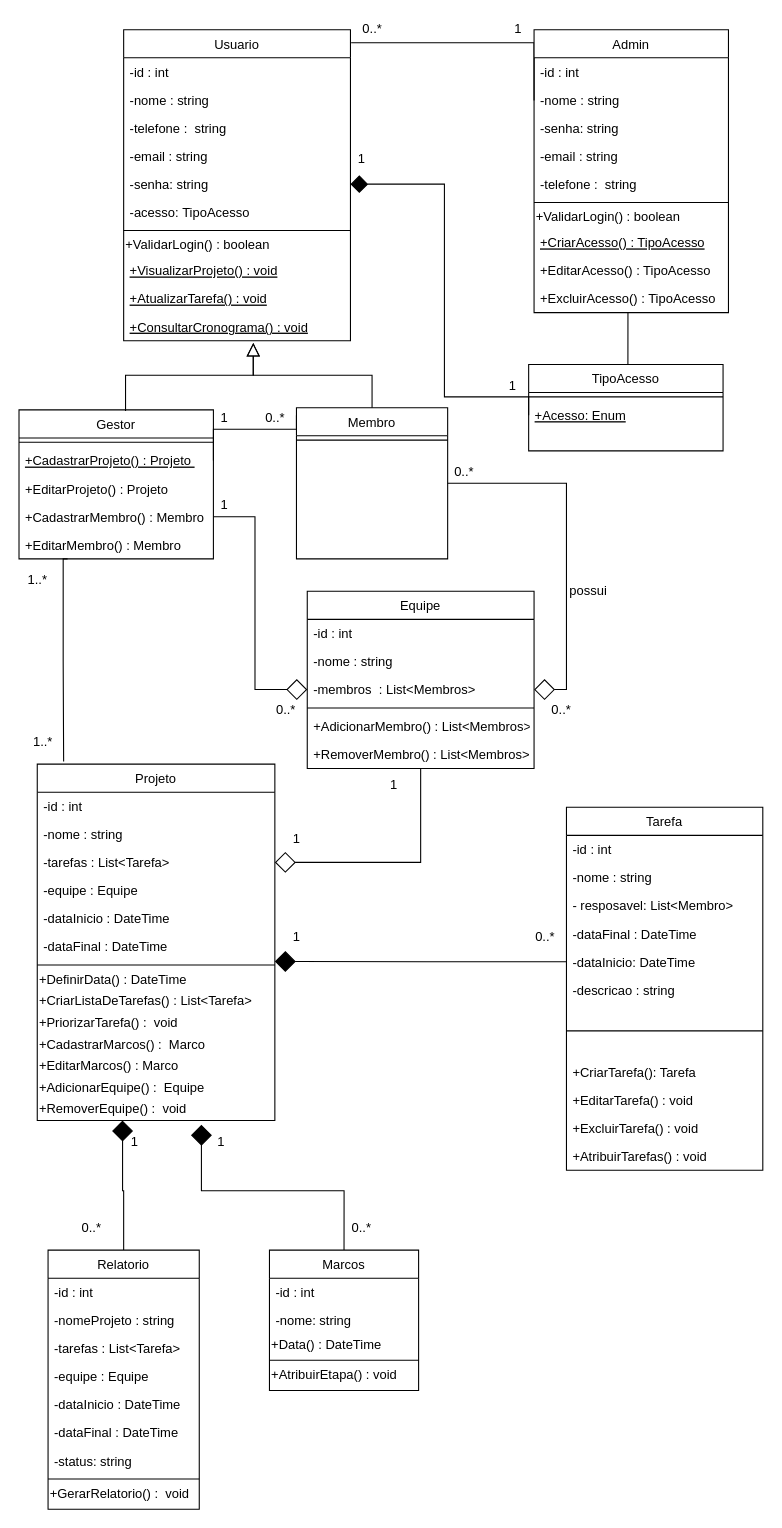
Earlier version of the draw.io diagram Diagrama de classes/Diagrama de classes Tcc.drawio (leoonn/Diagrama-de-classes). Source tidied: cells renumbered, new cells numbered last; positions are measured from the earlier drawing's top-left corner, leaving out a move shared by most shapes. Both pictures are drawn from the tidied source at 108%, with x=0, y=0 at pixel (18, 18).
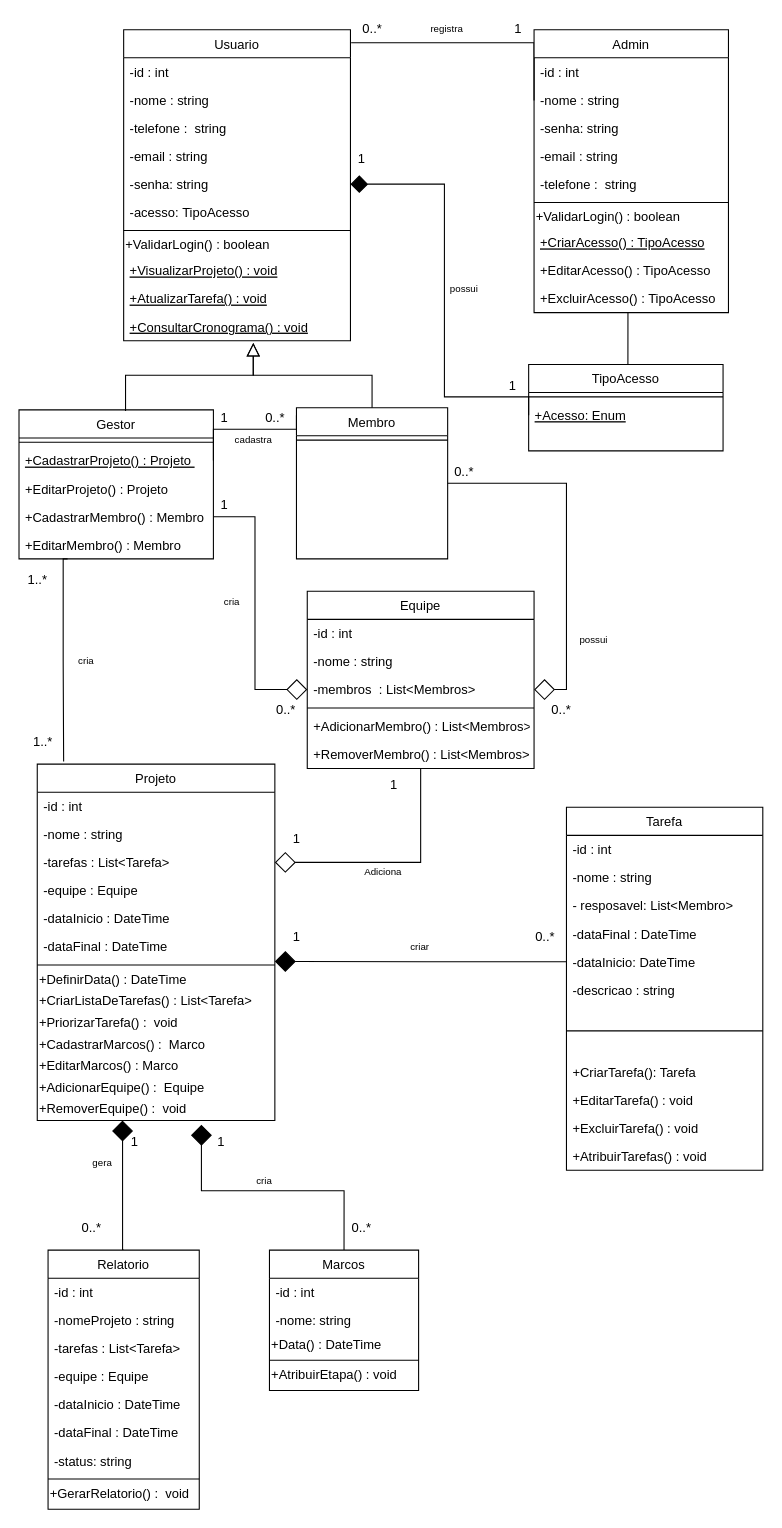
After the change.

Commit message:
modifica~ção diagrama de classe

Unchanged cells that the change refers to:
```xml
<mxCell id="41" value="+RemoverEquipe() :&amp;nbsp; void" style="text;html=1;align=left;verticalAlign=middle;points=[];strokeColor=none;fillColor=none;" parent="26" vertex="1">
  <mxGeometry y="310" width="220" height="20" as="geometry" />
</mxCell>
<mxCell id="63" value="Relatorio" style="swimlane;fontStyle=0;align=center;verticalAlign=top;horizontal=1;startSize=26;rounded=0;shadow=0;strokeWidth=1;" parent="1" vertex="1">
  <mxGeometry x="27" y="1140" width="140" height="240" as="geometry" />
</mxCell>
```

What changed in the source:
```diff
@@
     <mxCell id="62" style="edgeStyle=orthogonalEdgeStyle;rounded=0;jettySize=auto;html=1;exitX=0.5;exitY=0;exitDx=0;exitDy=0;entryX=0.359;entryY=1;entryDx=0;entryDy=0;entryPerimeter=0;endArrow=diamond;endFill=1;endSize=17;" parent="1" edge="1" source="63" target="41">
-      <mxGeometry relative="1" as="geometry" />
+      <mxGeometry relative="1" as="geometry">
+        <Array as="points">
+          <mxPoint x="96" y="1140" />
+        </Array>
+      </mxGeometry>
     </mxCell>
@@
-    <mxCell id="86" value="possui" style="text;html=1;align=center;verticalAlign=middle;strokeColor=none;fillColor=none;" parent="1" vertex="1">
-      <mxGeometry x="502" y="520" width="50" height="20" as="geometry" />
-    </mxCell>
@@
+    <mxCell id="123" value="possui" style="text;html=1;align=center;verticalAlign=middle;strokeColor=none;fillColor=none;fontSize=9;" parent="1" vertex="1">
+      <mxGeometry x="392" y="240" width="40" height="20" as="geometry" />
+    </mxCell>
+    <mxCell id="124" value="possui" style="text;html=1;align=center;verticalAlign=middle;strokeColor=none;fillColor=none;fontSize=9;" parent="1" vertex="1">
+      <mxGeometry x="512" y="564.5" width="40" height="20" as="geometry" />
+    </mxCell>
+    <mxCell id="125" value="cria" style="text;html=1;align=center;verticalAlign=middle;strokeColor=none;fillColor=none;fontSize=9;" parent="1" vertex="1">
+      <mxGeometry x="47" y="584.5" width="30" height="20" as="geometry" />
+    </mxCell>
+    <mxCell id="126" value="Adiciona" style="text;html=1;align=center;verticalAlign=middle;strokeColor=none;fillColor=none;fontSize=9;" parent="1" vertex="1">
+      <mxGeometry x="312" y="780" width="50" height="20" as="geometry" />
+    </mxCell>
+    <mxCell id="127" value="criar" style="text;html=1;align=center;verticalAlign=middle;strokeColor=none;fillColor=none;fontSize=9;" parent="1" vertex="1">
+      <mxGeometry x="355.5" y="850" width="30" height="20" as="geometry" />
+    </mxCell>
+    <mxCell id="128" value="gera&lt;br&gt;" style="text;html=1;align=center;verticalAlign=middle;strokeColor=none;fillColor=none;fontSize=9;" parent="1" vertex="1">
+      <mxGeometry x="62" y="1050" width="30" height="20" as="geometry" />
+    </mxCell>
+    <mxCell id="129" value="cria" style="text;html=1;align=center;verticalAlign=middle;strokeColor=none;fillColor=none;fontSize=9;" parent="1" vertex="1">
+      <mxGeometry x="212" y="1066" width="30" height="20" as="geometry" />
+    </mxCell>
+    <mxCell id="130" value="cadastra" style="text;html=1;align=center;verticalAlign=middle;strokeColor=none;fillColor=none;fontSize=9;" parent="1" vertex="1">
+      <mxGeometry x="192" y="380" width="50" height="20" as="geometry" />
+    </mxCell>
+    <mxCell id="131" value="cria" style="text;html=1;align=center;verticalAlign=middle;strokeColor=none;fillColor=none;fontSize=9;" parent="1" vertex="1">
+      <mxGeometry x="182" y="530" width="30" height="20" as="geometry" />
+    </mxCell>
+    <mxCell id="132" value="registra" style="text;html=1;align=center;verticalAlign=middle;strokeColor=none;fillColor=none;fontSize=9;" parent="1" vertex="1">
+      <mxGeometry x="370.5" width="50" height="20" as="geometry" />
+    </mxCell>
```
